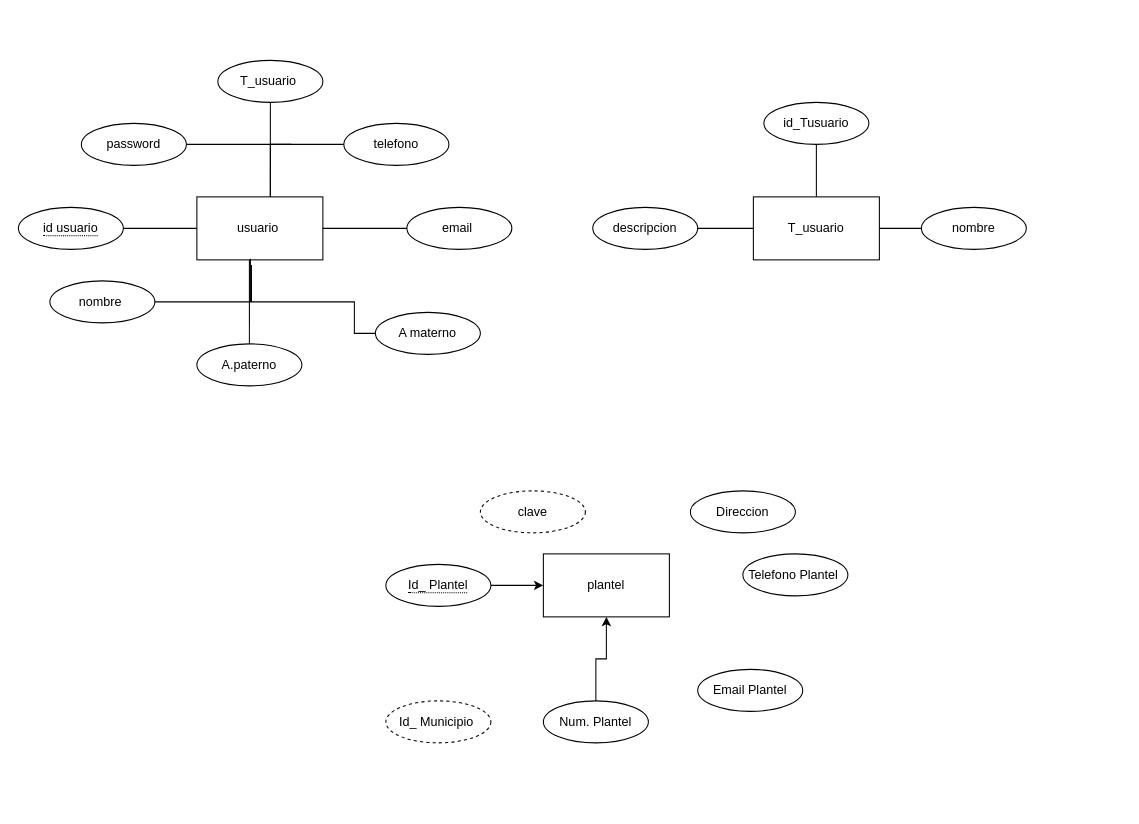
Earlier version of the draw.io diagram page "Entidad relacion" (1 of 2) of Diagrama sin título.drawio (SaulReyesrv/kodecamp). Source tidied: cells renumbered, new cells numbered last; positions are measured from the earlier drawing's top-left corner, leaving out a move shared by most shapes. Both pictures are drawn from the tidied source at 105%, with x=0, y=0 at pixel (18, 60).
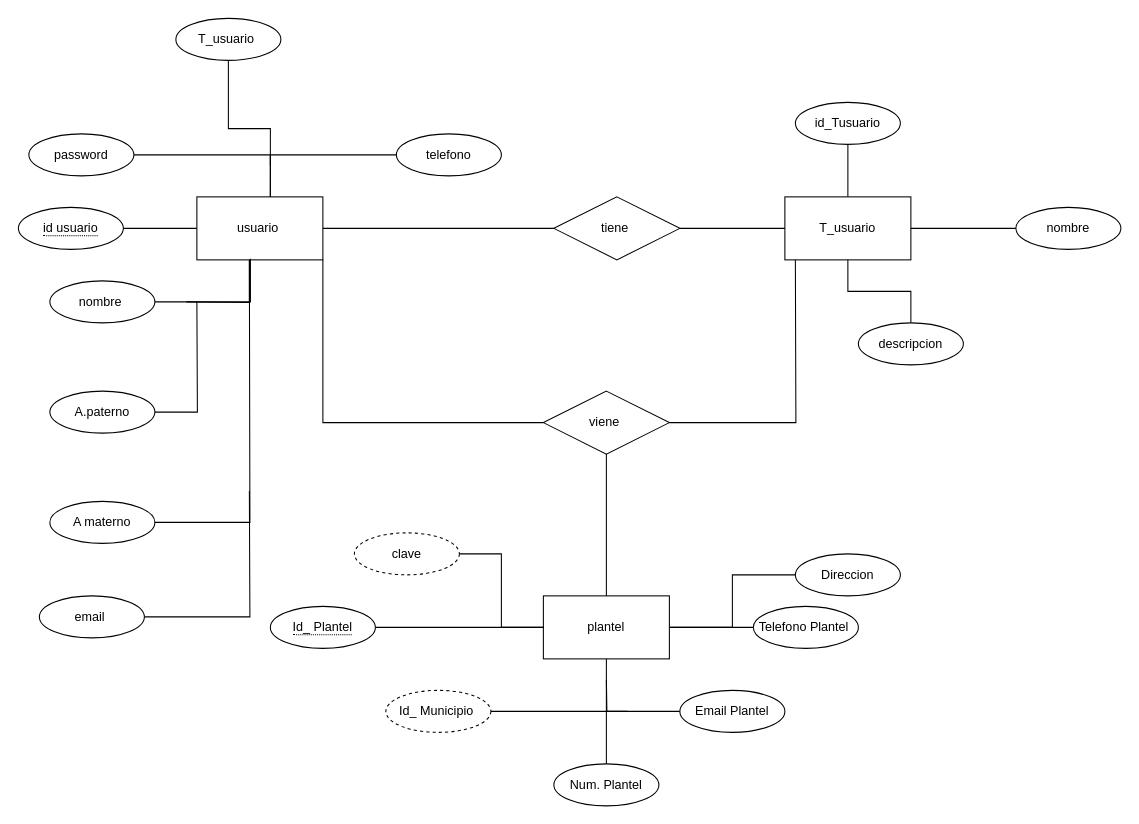
Above is the later version.

Commit message:
ENTIDAD RELACION

The change refers to these unchanged cells:
```xml
<mxCell id="3" value="usuario&amp;nbsp;" style="rounded=0;whiteSpace=wrap;html=1;" parent="1" vertex="1">
  <mxGeometry x="170" y="130" width="120" height="60" as="geometry" />
</mxCell>
```

What changed in the source:
```diff
@@
+    <mxCell id="37" style="edgeStyle=orthogonalEdgeStyle;rounded=0;jettySize=auto;html=1;entryX=0;entryY=0.5;entryDx=0;entryDy=0;endArrow=none;endFill=0;" parent="1" edge="1" source="3" target="47">
+      <mxGeometry relative="1" as="geometry" />
+    </mxCell>
@@
-    <mxCell id="8" style="edgeStyle=orthogonalEdgeStyle;rounded=0;jettySize=auto;html=1;entryX=0.433;entryY=1.083;entryDx=0;entryDy=0;entryPerimeter=0;endArrow=none;endFill=0;" parent="1" edge="1" source="9" target="3">
-      <mxGeometry relative="1" as="geometry">
-        <Array as="points">
-          <mxPoint x="320" y="230" />
-          <mxPoint x="222" y="230" />
-        </Array>
-      </mxGeometry>
-    </mxCell>
+    <mxCell id="38" style="edgeStyle=orthogonalEdgeStyle;rounded=0;jettySize=auto;html=1;endArrow=none;endFill=0;" parent="1" edge="1" source="9">
+      <mxGeometry relative="1" as="geometry">
+        <mxPoint x="220" y="190" as="targetPoint" />
+      </mxGeometry>
+    </mxCell>
     <mxCell id="9" value="A materno" style="ellipse;whiteSpace=wrap;html=1;align=center;" parent="1" vertex="1">
-      <mxGeometry x="340" y="240" width="100" height="40" as="geometry" />
+      <mxGeometry x="30" y="420" width="100" height="40" as="geometry" />
     </mxCell>
-    <mxCell id="10" style="edgeStyle=orthogonalEdgeStyle;rounded=0;jettySize=auto;html=1;entryX=1;entryY=0.5;entryDx=0;entryDy=0;endArrow=none;endFill=0;" parent="1" edge="1" source="11" target="3">
-      <mxGeometry relative="1" as="geometry" />
-    </mxCell>
+    <mxCell id="39" style="edgeStyle=orthogonalEdgeStyle;rounded=0;jettySize=auto;html=1;endArrow=none;endFill=0;" parent="1" edge="1" source="11">
+      <mxGeometry relative="1" as="geometry">
+        <mxPoint x="220" y="410" as="targetPoint" />
+      </mxGeometry>
+    </mxCell>
     <mxCell id="11" value="email&amp;nbsp;" style="ellipse;whiteSpace=wrap;html=1;align=center;" parent="1" vertex="1">
-      <mxGeometry x="370" y="140" width="100" height="40" as="geometry" />
+      <mxGeometry x="20" y="510" width="100" height="40" as="geometry" />
     </mxCell>
-    <mxCell id="12" style="edgeStyle=orthogonalEdgeStyle;rounded=0;jettySize=auto;html=1;entryX=0.417;entryY=1;entryDx=0;entryDy=0;entryPerimeter=0;startArrow=none;startFill=0;endArrow=none;endFill=0;" parent="1" edge="1" source="13" target="3">
-      <mxGeometry relative="1" as="geometry" />
+    <mxCell id="12" style="edgeStyle=orthogonalEdgeStyle;rounded=0;jettySize=auto;html=1;entryX=0.417;entryY=1;entryDx=0;entryDy=0;entryPerimeter=0;startArrow=none;startFill=0;endArrow=none;endFill=0;" parent="1" edge="1" target="3">
+      <mxGeometry relative="1" as="geometry">
+        <mxPoint x="160" y="230" as="sourcePoint" />
+      </mxGeometry>
     </mxCell>
+    <mxCell id="40" style="edgeStyle=orthogonalEdgeStyle;rounded=0;jettySize=auto;html=1;endArrow=none;endFill=0;" parent="1" edge="1" source="13">
+      <mxGeometry relative="1" as="geometry">
+        <mxPoint x="170" y="230" as="targetPoint" />
+      </mxGeometry>
+    </mxCell>
     <mxCell id="13" value="A.paterno" style="ellipse;whiteSpace=wrap;html=1;align=center;" parent="1" vertex="1">
-      <mxGeometry x="170" y="270" width="100" height="40" as="geometry" />
+      <mxGeometry x="30" y="315" width="100" height="40" as="geometry" />
     </mxCell>
@@
     <mxCell id="15" value="telefono" style="ellipse;whiteSpace=wrap;html=1;align=center;" parent="1" vertex="1">
-      <mxGeometry x="310" y="60" width="100" height="40" as="geometry" />
+      <mxGeometry x="360" y="70" width="100" height="40" as="geometry" />
     </mxCell>
     <mxCell id="16" style="edgeStyle=orthogonalEdgeStyle;rounded=0;jettySize=auto;html=1;endArrow=none;endFill=0;" parent="1" edge="1" source="17">
       <mxGeometry relative="1" as="geometry">
-        <mxPoint x="260" y="80" as="targetPoint" />
+        <mxPoint x="240" y="100" as="targetPoint" />
+        <Array as="points">
+          <mxPoint x="240" y="90" />
+        </Array>
       </mxGeometry>
     </mxCell>
     <mxCell id="17" value="password" style="ellipse;whiteSpace=wrap;html=1;align=center;" parent="1" vertex="1">
-      <mxGeometry x="60" y="60" width="100" height="40" as="geometry" />
+      <mxGeometry x="10" y="70" width="100" height="40" as="geometry" />
     </mxCell>
@@
     <mxCell id="19" value="T_usuario&amp;nbsp;" style="ellipse;whiteSpace=wrap;html=1;align=center;" parent="1" vertex="1">
-      <mxGeometry x="190" width="100" height="40" as="geometry" />
+      <mxGeometry x="150" y="-40" width="100" height="40" as="geometry" />
     </mxCell>
     <mxCell id="20" value="T_usuario" style="rounded=0;whiteSpace=wrap;html=1;" parent="1" vertex="1">
-      <mxGeometry x="700" y="130" width="120" height="60" as="geometry" />
+      <mxGeometry x="730" y="130" width="120" height="60" as="geometry" />
     </mxCell>
@@
     <mxCell id="22" value="id_Tusuario" style="ellipse;whiteSpace=wrap;html=1;align=center;" parent="1" vertex="1">
-      <mxGeometry x="710" y="40" width="100" height="40" as="geometry" />
+      <mxGeometry x="740" y="40" width="100" height="40" as="geometry" />
     </mxCell>
@@
     <mxCell id="24" value="descripcion" style="ellipse;whiteSpace=wrap;html=1;align=center;" parent="1" vertex="1">
-      <mxGeometry x="547" y="140" width="100" height="40" as="geometry" />
+      <mxGeometry x="800" y="250" width="100" height="40" as="geometry" />
     </mxCell>
@@
     <mxCell id="26" value="nombre" style="ellipse;whiteSpace=wrap;html=1;align=center;" parent="1" vertex="1">
-      <mxGeometry x="860" y="140" width="100" height="40" as="geometry" />
+      <mxGeometry x="950" y="140" width="100" height="40" as="geometry" />
     </mxCell>
     <mxCell id="27" value="plantel" style="rounded=0;whiteSpace=wrap;html=1;" parent="1" vertex="1">
-      <mxGeometry x="500" y="470" width="120" height="60" as="geometry" />
+      <mxGeometry x="500" y="510" width="120" height="60" as="geometry" />
     </mxCell>
+    <mxCell id="41" style="edgeStyle=orthogonalEdgeStyle;rounded=0;jettySize=auto;html=1;endArrow=none;endFill=0;" parent="1" edge="1" source="28" target="27">
+      <mxGeometry relative="1" as="geometry" />
+    </mxCell>
     <mxCell id="28" value="Direccion" style="ellipse;whiteSpace=wrap;html=1;align=center;" parent="1" vertex="1">
-      <mxGeometry x="640" y="410" width="100" height="40" as="geometry" />
+      <mxGeometry x="740" y="470" width="100" height="40" as="geometry" />
     </mxCell>
-    <mxCell id="29" style="edgeStyle=orthogonalEdgeStyle;rounded=0;jettySize=auto;html=1;entryX=0.5;entryY=1;entryDx=0;entryDy=0;" parent="1" edge="1" source="30" target="27">
+    <mxCell id="29" style="edgeStyle=orthogonalEdgeStyle;rounded=0;jettySize=auto;html=1;entryX=0.5;entryY=1;entryDx=0;entryDy=0;endArrow=none;endFill=0;" parent="1" edge="1" source="30" target="27">
       <mxGeometry relative="1" as="geometry" />
     </mxCell>
     <mxCell id="30" value="Num. Plantel" style="ellipse;whiteSpace=wrap;html=1;align=center;" parent="1" vertex="1">
-      <mxGeometry x="500" y="610" width="100" height="40" as="geometry" />
+      <mxGeometry x="510" y="670" width="100" height="40" as="geometry" />
     </mxCell>
+    <mxCell id="42" style="edgeStyle=orthogonalEdgeStyle;rounded=0;jettySize=auto;html=1;endArrow=none;endFill=0;" parent="1" edge="1" source="31">
+      <mxGeometry relative="1" as="geometry">
+        <mxPoint x="560" y="590" as="targetPoint" />
+      </mxGeometry>
+    </mxCell>
     <mxCell id="31" value="Email Plantel" style="ellipse;whiteSpace=wrap;html=1;align=center;" parent="1" vertex="1">
-      <mxGeometry x="647" y="580" width="100" height="40" as="geometry" />
+      <mxGeometry x="630" y="600" width="100" height="40" as="geometry" />
     </mxCell>
+    <mxCell id="43" style="edgeStyle=orthogonalEdgeStyle;rounded=0;jettySize=auto;html=1;endArrow=none;endFill=0;" parent="1" edge="1" source="32" target="27">
+      <mxGeometry relative="1" as="geometry" />
+    </mxCell>
     <mxCell id="32" value="Telefono Plantel&amp;nbsp;" style="ellipse;whiteSpace=wrap;html=1;align=center;" parent="1" vertex="1">
-      <mxGeometry x="690" y="470" width="100" height="40" as="geometry" />
+      <mxGeometry x="700" y="520" width="100" height="40" as="geometry" />
     </mxCell>
+    <mxCell id="44" style="edgeStyle=orthogonalEdgeStyle;rounded=0;jettySize=auto;html=1;entryX=0;entryY=0.5;entryDx=0;entryDy=0;endArrow=none;endFill=0;" parent="1" edge="1" source="33" target="27">
+      <mxGeometry relative="1" as="geometry" />
+    </mxCell>
     <mxCell id="33" value="clave" style="ellipse;whiteSpace=wrap;html=1;align=center;dashed=1;" parent="1" vertex="1">
-      <mxGeometry x="440" y="410" width="100" height="40" as="geometry" />
+      <mxGeometry x="320" y="450" width="100" height="40" as="geometry" />
     </mxCell>
+    <mxCell id="45" style="edgeStyle=orthogonalEdgeStyle;rounded=0;jettySize=auto;html=1;endArrow=none;endFill=0;" parent="1" edge="1" source="34">
+      <mxGeometry relative="1" as="geometry">
+        <mxPoint x="580" y="620" as="targetPoint" />
+      </mxGeometry>
+    </mxCell>
     <mxCell id="34" value="Id_ Municipio&amp;nbsp;" style="ellipse;whiteSpace=wrap;html=1;align=center;dashed=1;" parent="1" vertex="1">
-      <mxGeometry x="350" y="610" width="100" height="40" as="geometry" />
+      <mxGeometry x="350" y="600" width="100" height="40" as="geometry" />
     </mxCell>
-    <mxCell id="35" style="edgeStyle=orthogonalEdgeStyle;rounded=0;jettySize=auto;html=1;" parent="1" edge="1" source="36" target="27">
+    <mxCell id="35" style="edgeStyle=orthogonalEdgeStyle;rounded=0;jettySize=auto;html=1;endArrow=none;endFill=0;" parent="1" edge="1" source="36" target="27">
       <mxGeometry relative="1" as="geometry" />
     </mxCell>
     <mxCell id="36" value="&lt;span style=&quot;border-bottom: 1px dotted&quot;&gt;Id_ Plantel&lt;/span&gt;" style="ellipse;whiteSpace=wrap;html=1;align=center;" parent="1" vertex="1">
-      <mxGeometry x="350" y="480" width="100" height="40" as="geometry" />
+      <mxGeometry x="240" y="520" width="100" height="40" as="geometry" />
     </mxCell>
+    <mxCell id="46" style="edgeStyle=orthogonalEdgeStyle;rounded=0;jettySize=auto;html=1;endArrow=none;endFill=0;" parent="1" edge="1" source="47" target="20">
+      <mxGeometry relative="1" as="geometry" />
+    </mxCell>
+    <mxCell id="47" value="tiene&amp;nbsp;" style="shape=rhombus;perimeter=rhombusPerimeter;whiteSpace=wrap;html=1;align=center;" parent="1" vertex="1">
+      <mxGeometry x="510" y="130" width="120" height="60" as="geometry" />
+    </mxCell>
+    <mxCell id="48" style="edgeStyle=orthogonalEdgeStyle;rounded=0;jettySize=auto;html=1;endArrow=none;endFill=0;" parent="1" edge="1" source="51">
+      <mxGeometry relative="1" as="geometry">
+        <mxPoint x="740" y="190" as="targetPoint" />
+      </mxGeometry>
+    </mxCell>
+    <mxCell id="49" style="edgeStyle=orthogonalEdgeStyle;rounded=0;jettySize=auto;html=1;endArrow=none;endFill=0;entryX=1;entryY=1;entryDx=0;entryDy=0;" parent="1" edge="1" source="51" target="3">
+      <mxGeometry relative="1" as="geometry" />
+    </mxCell>
+    <mxCell id="50" style="edgeStyle=orthogonalEdgeStyle;rounded=0;jettySize=auto;html=1;entryX=0.5;entryY=0;entryDx=0;entryDy=0;endArrow=none;endFill=0;" parent="1" edge="1" source="51" target="27">
+      <mxGeometry relative="1" as="geometry" />
+    </mxCell>
+    <mxCell id="51" value="viene&amp;nbsp;" style="shape=rhombus;perimeter=rhombusPerimeter;whiteSpace=wrap;html=1;align=center;" parent="1" vertex="1">
+      <mxGeometry x="500" y="315" width="120" height="60" as="geometry" />
+    </mxCell>
+    <mxCell id="52" style="edgeStyle=orthogonalEdgeStyle;rounded=0;orthogonalLoop=1;jettySize=auto;html=1;exitX=0.5;exitY=1;exitDx=0;exitDy=0;" parent="1" edge="1" source="36" target="36">
+      <mxGeometry relative="1" as="geometry" />
+    </mxCell>
```
